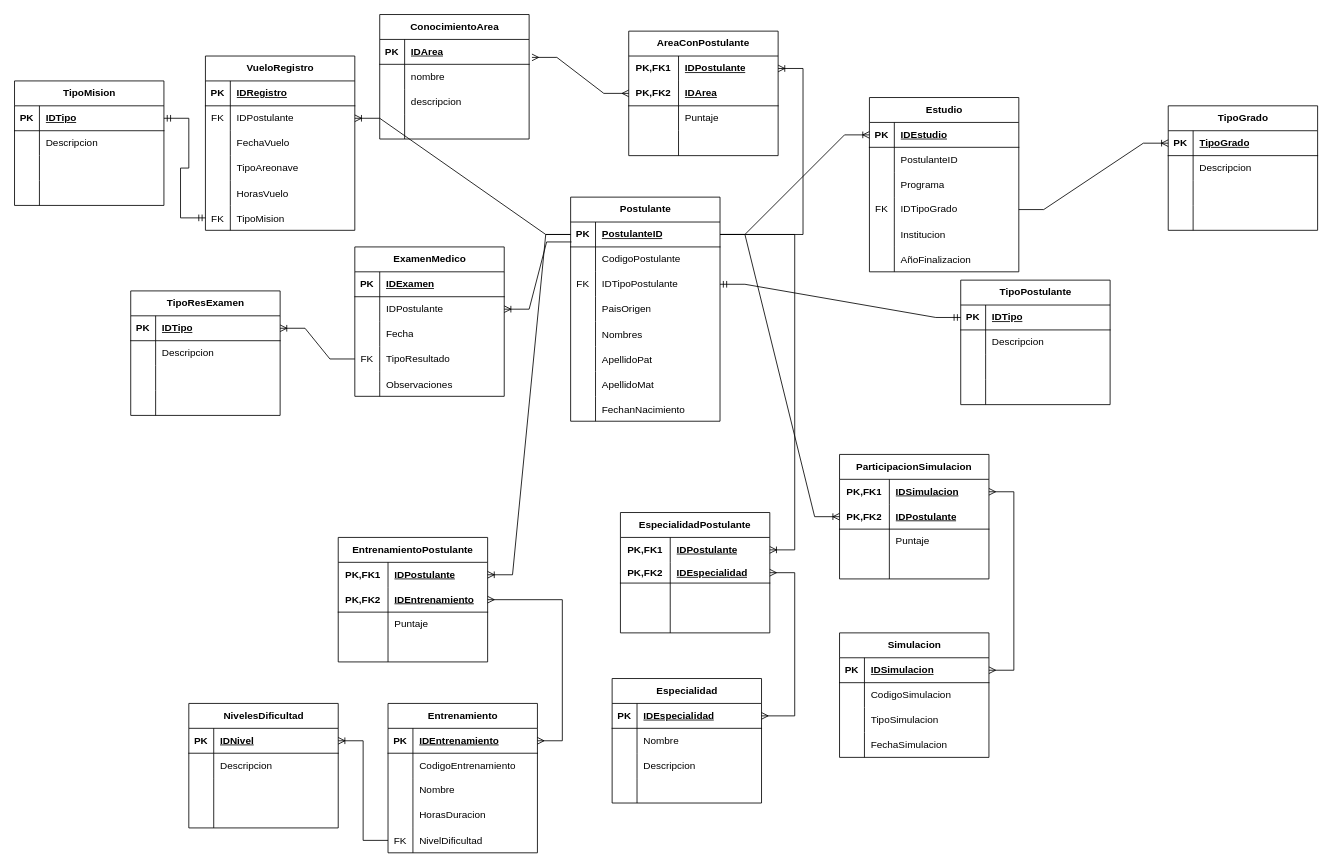
Before: SolucuionarioModelado.drawio in Code0008/SQL_SERVER_REPO, a draw.io diagram. Source tidied: cells renumbered, new cells numbered last; positions are measured from the earlier drawing's top-left corner, leaving out a move shared by most shapes. Both pictures are drawn from the tidied source at 83%, with x=0, y=0 at pixel (14, 14).
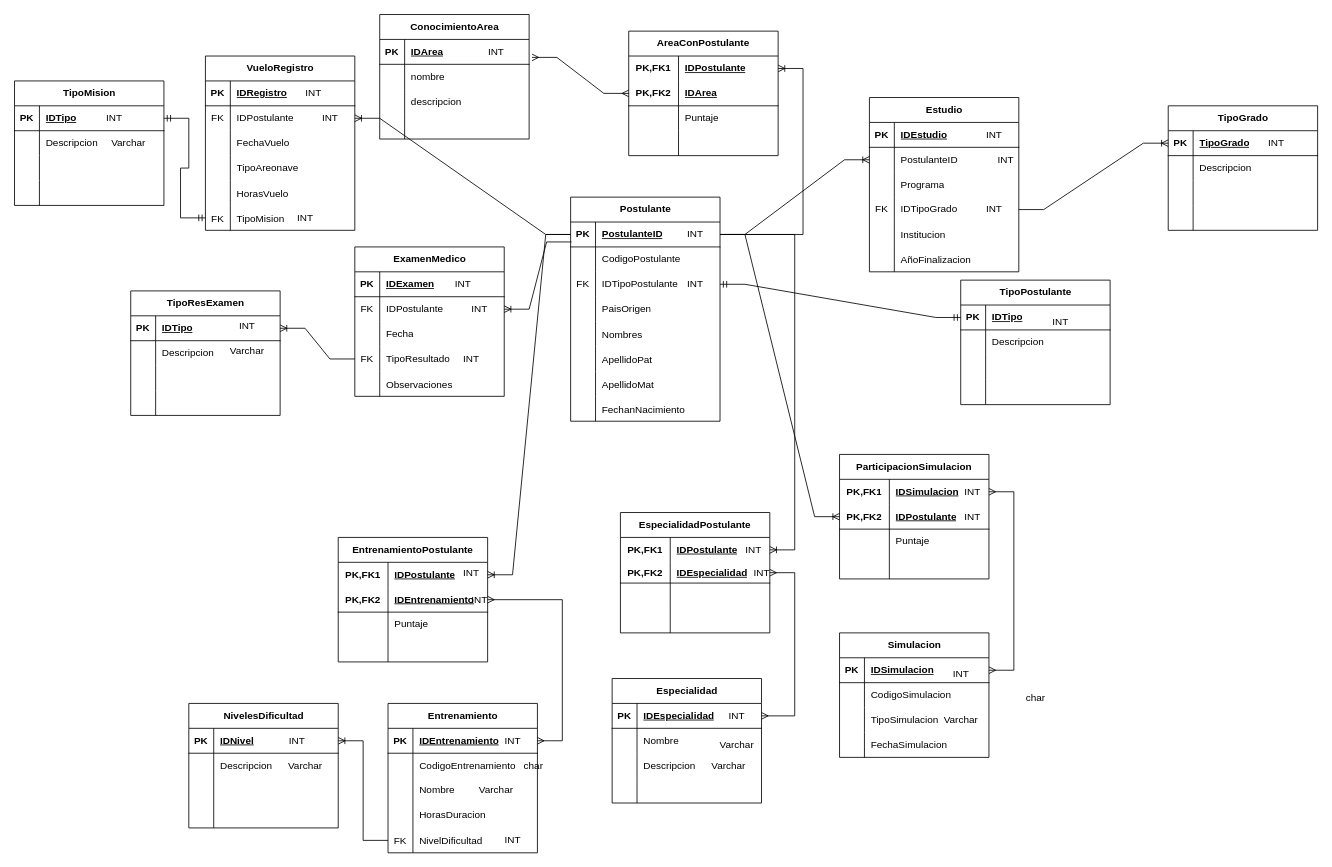
The same diagram, later.

The change refers to these unchanged cells:
```xml
<mxCell id="3" style="shape=tableRow;horizontal=0;startSize=0;swimlaneHead=0;swimlaneBody=0;fillColor=none;points=[[0,0.5],[1,0.5]];portConstraint=eastwest;top=0;left=0;right=0;bottom=1;" parent="2" vertex="1">
  <mxGeometry y="30" width="180" height="30" as="geometry" />
</mxCell>
<mxCell id="67" style="shape=tableRow;horizontal=0;startSize=0;swimlaneHead=0;swimlaneBody=0;fillColor=none;points=[[0,0.5],[1,0.5]];portConstraint=eastwest;top=0;left=0;right=0;bottom=1;" parent="66" vertex="1">
  <mxGeometry y="30" width="180" height="30" as="geometry" />
</mxCell>
<mxCell id="70" style="shape=tableRow;horizontal=0;startSize=0;swimlaneHead=0;swimlaneBody=0;fillColor=none;points=[[0,0.5],[1,0.5]];portConstraint=eastwest;top=0;left=0;right=0;bottom=0;" parent="66" vertex="1">
  <mxGeometry y="60" width="180" height="30" as="geometry" />
</mxCell>
<mxCell id="196" style="shape=tableRow;horizontal=0;startSize=0;swimlaneHead=0;swimlaneBody=0;fillColor=none;points=[[0,0.5],[1,0.5]];portConstraint=eastwest;top=0;left=0;right=0;bottom=0;" parent="192" vertex="1">
  <mxGeometry y="60" width="180" height="30" as="geometry" />
</mxCell>
```

Diff of the diagram source:
```diff
@@
-    <mxCell id="197" style="shape=partialRectangle;fillColor=none;top=0;left=0;bottom=0;right=0;overflow=hidden;whiteSpace=wrap;html=1;" parent="196" vertex="1">
+    <mxCell id="197" value="FK" style="shape=partialRectangle;fillColor=none;top=0;left=0;bottom=0;right=0;overflow=hidden;whiteSpace=wrap;html=1;" parent="196" vertex="1">
       <mxGeometry width="30" height="30" as="geometry" />
     </mxCell>
@@
-    <mxCell id="253" style="edgeStyle=entityRelationEdgeStyle;fontSize=12;html=1;endArrow=ERoneToMany;rounded=0;entryX=0;entryY=0.5;entryDx=0;entryDy=0;" parent="1" edge="1" source="3" target="67">
+    <mxCell id="253" style="edgeStyle=entityRelationEdgeStyle;fontSize=12;html=1;endArrow=ERoneToMany;rounded=0;" parent="1" edge="1" source="3" target="70">
       <mxGeometry relative="1" as="geometry" />
     </mxCell>
@@
+    <mxCell id="269" value="INT" style="text;html=1;align=center;verticalAlign=middle;strokeColor=none;fillColor=none;" parent="1" vertex="1">
+      <mxGeometry x="100" y="110" width="40" height="30" as="geometry" />
+    </mxCell>
+    <mxCell id="270" value="INT" style="text;html=1;align=center;verticalAlign=middle;strokeColor=none;fillColor=none;" parent="1" vertex="1">
+      <mxGeometry x="340" y="80" width="40" height="30" as="geometry" />
+    </mxCell>
+    <mxCell id="271" value="INT" style="text;html=1;align=center;verticalAlign=middle;strokeColor=none;fillColor=none;" parent="1" vertex="1">
+      <mxGeometry x="360" y="110" width="40" height="30" as="geometry" />
+    </mxCell>
+    <mxCell id="272" value="INT" style="text;html=1;align=center;verticalAlign=middle;strokeColor=none;fillColor=none;" parent="1" vertex="1">
+      <mxGeometry x="330" y="230" width="40" height="30" as="geometry" />
+    </mxCell>
+    <mxCell id="273" value="INT" style="text;html=1;align=center;verticalAlign=middle;strokeColor=none;fillColor=none;" parent="1" vertex="1">
+      <mxGeometry x="260" y="360" width="40" height="30" as="geometry" />
+    </mxCell>
+    <mxCell id="274" value="INT" style="text;html=1;align=center;verticalAlign=middle;strokeColor=none;fillColor=none;" parent="1" vertex="1">
+      <mxGeometry x="560" y="30" width="40" height="30" as="geometry" />
+    </mxCell>
+    <mxCell id="275" value="INT" style="text;html=1;align=center;verticalAlign=middle;strokeColor=none;fillColor=none;" parent="1" vertex="1">
+      <mxGeometry x="520" y="310" width="40" height="30" as="geometry" />
+    </mxCell>
+    <mxCell id="276" value="INT" style="text;html=1;align=center;verticalAlign=middle;strokeColor=none;fillColor=none;" parent="1" vertex="1">
+      <mxGeometry x="540" y="340" width="40" height="30" as="geometry" />
+    </mxCell>
+    <mxCell id="277" value="INT" style="text;html=1;align=center;verticalAlign=middle;strokeColor=none;fillColor=none;" parent="1" vertex="1">
+      <mxGeometry x="530" y="400" width="40" height="30" as="geometry" />
+    </mxCell>
+    <mxCell id="278" value="INT" style="text;html=1;align=center;verticalAlign=middle;strokeColor=none;fillColor=none;" parent="1" vertex="1">
+      <mxGeometry x="800" y="250" width="40" height="30" as="geometry" />
+    </mxCell>
+    <mxCell id="279" value="INT" style="text;html=1;align=center;verticalAlign=middle;strokeColor=none;fillColor=none;" parent="1" vertex="1">
+      <mxGeometry x="800" y="310" width="40" height="30" as="geometry" />
+    </mxCell>
+    <mxCell id="280" value="INT" style="text;html=1;align=center;verticalAlign=middle;strokeColor=none;fillColor=none;" parent="1" vertex="1">
+      <mxGeometry x="530" y="657.5" width="40" height="30" as="geometry" />
+    </mxCell>
+    <mxCell id="281" value="INT" style="text;html=1;align=center;verticalAlign=middle;strokeColor=none;fillColor=none;" parent="1" vertex="1">
+      <mxGeometry x="540" y="690" width="40" height="30" as="geometry" />
+    </mxCell>
+    <mxCell id="282" value="INT" style="text;html=1;align=center;verticalAlign=middle;strokeColor=none;fillColor=none;" parent="1" vertex="1">
+      <mxGeometry x="580" y="860" width="40" height="30" as="geometry" />
+    </mxCell>
+    <mxCell id="283" value="INT" style="text;html=1;align=center;verticalAlign=middle;strokeColor=none;fillColor=none;" parent="1" vertex="1">
+      <mxGeometry x="580" y="980" width="40" height="30" as="geometry" />
+    </mxCell>
+    <mxCell id="284" value="INT" style="text;html=1;align=center;verticalAlign=middle;strokeColor=none;fillColor=none;" parent="1" vertex="1">
+      <mxGeometry x="320" y="860" width="40" height="30" as="geometry" />
+    </mxCell>
+    <mxCell id="285" value="INT" style="text;html=1;align=center;verticalAlign=middle;strokeColor=none;fillColor=none;" parent="1" vertex="1">
+      <mxGeometry x="850" y="830" width="40" height="30" as="geometry" />
+    </mxCell>
+    <mxCell id="286" value="INT" style="text;html=1;align=center;verticalAlign=middle;strokeColor=none;fillColor=none;" parent="1" vertex="1">
+      <mxGeometry x="870" y="630" width="40" height="30" as="geometry" />
+    </mxCell>
+    <mxCell id="287" value="INT" style="text;html=1;align=center;verticalAlign=middle;strokeColor=none;fillColor=none;" parent="1" vertex="1">
+      <mxGeometry x="880" y="657.5" width="40" height="30" as="geometry" />
+    </mxCell>
+    <mxCell id="288" value="INT" style="text;html=1;align=center;verticalAlign=middle;strokeColor=none;fillColor=none;" parent="1" vertex="1">
+      <mxGeometry x="1120" y="780" width="40" height="30" as="geometry" />
+    </mxCell>
+    <mxCell id="289" value="INT" style="text;html=1;align=center;verticalAlign=middle;strokeColor=none;fillColor=none;" parent="1" vertex="1">
+      <mxGeometry x="1240" y="355" width="40" height="30" as="geometry" />
+    </mxCell>
+    <mxCell id="290" value="INT" style="text;html=1;align=center;verticalAlign=middle;strokeColor=none;fillColor=none;" parent="1" vertex="1">
+      <mxGeometry x="1134" y="560" width="40" height="30" as="geometry" />
+    </mxCell>
+    <mxCell id="291" value="INT" style="text;html=1;align=center;verticalAlign=middle;strokeColor=none;fillColor=none;" parent="1" vertex="1">
+      <mxGeometry x="1134" y="590" width="40" height="30" as="geometry" />
+    </mxCell>
+    <mxCell id="292" value="INT" style="text;html=1;align=center;verticalAlign=middle;strokeColor=none;fillColor=none;" parent="1" vertex="1">
+      <mxGeometry x="1160" y="130" width="40" height="30" as="geometry" />
+    </mxCell>
+    <mxCell id="293" value="INT" style="text;html=1;align=center;verticalAlign=middle;strokeColor=none;fillColor=none;" parent="1" vertex="1">
+      <mxGeometry x="1160" y="220" width="40" height="30" as="geometry" />
+    </mxCell>
+    <mxCell id="294" value="INT" style="text;html=1;align=center;verticalAlign=middle;strokeColor=none;fillColor=none;" parent="1" vertex="1">
+      <mxGeometry x="1174" y="160" width="40" height="30" as="geometry" />
+    </mxCell>
+    <mxCell id="295" value="INT" style="text;html=1;align=center;verticalAlign=middle;strokeColor=none;fillColor=none;" parent="1" vertex="1">
+      <mxGeometry x="1500" y="140" width="40" height="30" as="geometry" />
+    </mxCell>
+    <mxCell id="296" value="Varchar" style="text;html=1;align=center;verticalAlign=middle;strokeColor=none;fillColor=none;" parent="1" vertex="1">
+      <mxGeometry x="107" y="140" width="60" height="30" as="geometry" />
+    </mxCell>
+    <mxCell id="297" value="Varchar" style="text;html=1;align=center;verticalAlign=middle;strokeColor=none;fillColor=none;" parent="1" vertex="1">
+      <mxGeometry x="250" y="390" width="60" height="30" as="geometry" />
+    </mxCell>
+    <mxCell id="298" value="Varchar" style="text;html=1;align=center;verticalAlign=middle;strokeColor=none;fillColor=none;" parent="1" vertex="1">
+      <mxGeometry x="320" y="890" width="60" height="30" as="geometry" />
+    </mxCell>
+    <mxCell id="299" value="Varchar" style="text;html=1;align=center;verticalAlign=middle;strokeColor=none;fillColor=none;" parent="1" vertex="1">
+      <mxGeometry x="550" y="920" width="60" height="30" as="geometry" />
+    </mxCell>
+    <mxCell id="300" value="char" style="text;html=1;align=center;verticalAlign=middle;strokeColor=none;fillColor=none;" parent="1" vertex="1">
+      <mxGeometry x="600" y="890" width="50" height="30" as="geometry" />
+    </mxCell>
+    <mxCell id="301" value="Varchar" style="text;html=1;align=center;verticalAlign=middle;strokeColor=none;fillColor=none;" parent="1" vertex="1">
+      <mxGeometry x="840" y="865" width="60" height="30" as="geometry" />
+    </mxCell>
+    <mxCell id="302" value="Varchar" style="text;html=1;align=center;verticalAlign=middle;strokeColor=none;fillColor=none;" parent="1" vertex="1">
+      <mxGeometry x="830" y="890" width="60" height="30" as="geometry" />
+    </mxCell>
+    <mxCell id="303" value="Varchar" style="text;html=1;align=center;verticalAlign=middle;strokeColor=none;fillColor=none;" parent="1" vertex="1">
+      <mxGeometry x="1110" y="835" width="60" height="30" as="geometry" />
+    </mxCell>
+    <mxCell id="304" value="char" style="text;html=1;align=center;verticalAlign=middle;strokeColor=none;fillColor=none;" parent="1" vertex="1">
+      <mxGeometry x="1205" y="808" width="50" height="30" as="geometry" />
+    </mxCell>
```
